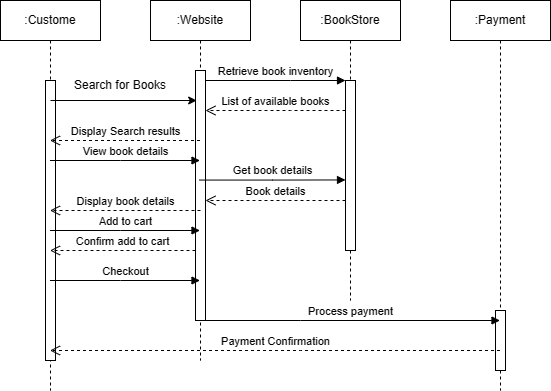
Earlier version of the draw.io export ss.drawio.png (YousefFatafta/Online-Book-Store). Source tidied: cells renumbered, new cells last; positions are measured from the earlier drawing's top-left corner, leaving out a move shared by most shapes.
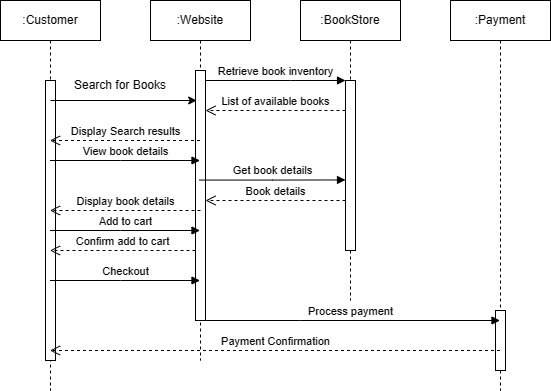
Above is the later version.

Change to the diagram source:
```diff
@@ -34,7 +34,7 @@
     <mxCell id="9" style="html=1;perimeter=orthogonalPerimeter;targetShapes=umlLifeline;newEdgeStyle={&quot;edgeStyle&quot;:&quot;elbowEdgeStyle&quot;,&quot;elbow&quot;:&quot;vertical&quot;,&quot;curved&quot;:0,&quot;rounded&quot;:0};" parent="8" vertex="1">
       <mxGeometry x="45" y="310" width="10" height="60" as="geometry" />
     </mxCell>
-    <mxCell id="10" value=":Custome" style="shape=umlLifeline;perimeter=lifelinePerimeter;whiteSpace=wrap;html=1;outlineConnect=0;portConstraint=eastwest;newEdgeStyle={&quot;edgeStyle&quot;:&quot;elbowEdgeStyle&quot;,&quot;elbow&quot;:&quot;vertical&quot;,&quot;curved&quot;:0,&quot;rounded&quot;:0};" parent="1" vertex="1">
+    <mxCell id="10" value=":Customer" style="shape=umlLifeline;perimeter=lifelinePerimeter;whiteSpace=wrap;html=1;outlineConnect=0;portConstraint=eastwest;newEdgeStyle={&quot;edgeStyle&quot;:&quot;elbowEdgeStyle&quot;,&quot;elbow&quot;:&quot;vertical&quot;,&quot;curved&quot;:0,&quot;rounded&quot;:0};" parent="1" vertex="1">
       <mxGeometry width="100" height="390" as="geometry" />
     </mxCell>
     <mxCell id="11" style="html=1;perimeter=orthogonalPerimeter;targetShapes=umlLifeline;newEdgeStyle={&quot;edgeStyle&quot;:&quot;elbowEdgeStyle&quot;,&quot;elbow&quot;:&quot;vertical&quot;,&quot;curved&quot;:0,&quot;rounded&quot;:0};" parent="10" vertex="1">
```
